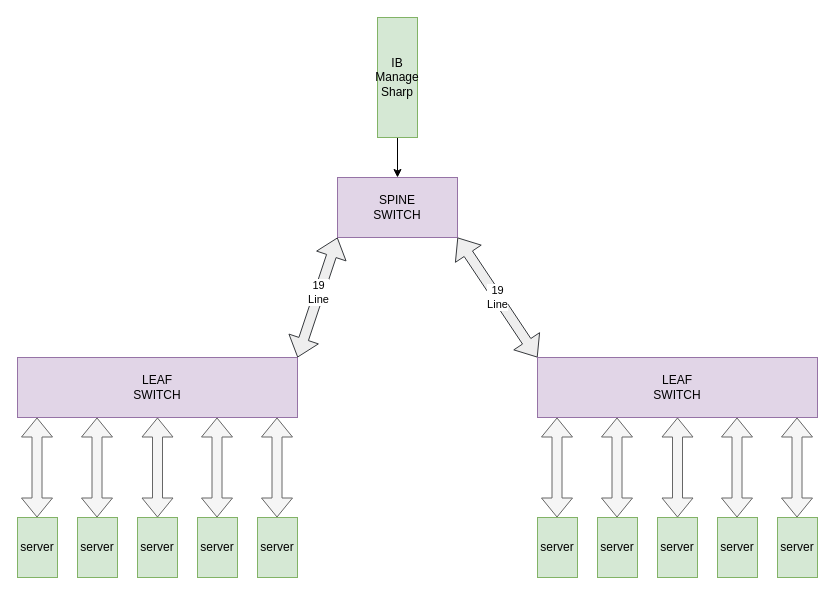
Earlier version of the draw.io diagram Yanchen80CardNetTopo.drawio (BEYHHH/SBLP). Source tidied: cells renumbered, new cells numbered last; positions are measured from the earlier drawing's top-left corner, leaving out a move shared by most shapes. Both pictures are drawn from the tidied source at 100%, with x=0, y=0 at pixel (17, 17).
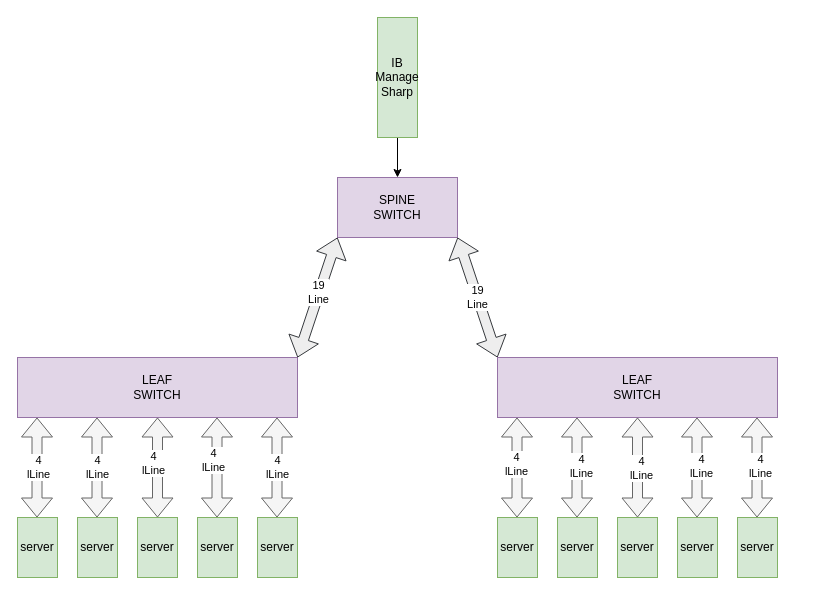
The same diagram, later.

The change refers to these unchanged cells:
```xml
<mxCell id="2" value="SPINE&lt;br&gt;SWITCH" style="rounded=0;whiteSpace=wrap;html=1;fillColor=#e1d5e7;strokeColor=#9673a6;" parent="1" vertex="1">
  <mxGeometry x="320" y="160" width="120" height="60" as="geometry" />
</mxCell>
<mxCell id="18" style="shape=flexArrow;endArrow=classic;startArrow=classic;html=1;rounded=0;exitX=0.5;exitY=0;exitDx=0;exitDy=0;entryX=0.5;entryY=1;entryDx=0;entryDy=0;fillColor=#f5f5f5;strokeColor=#666666;" parent="1" edge="1" source="9" target="3">
  <mxGeometry relative="1" as="geometry" />
</mxCell>
<mxCell id="19" style="shape=flexArrow;endArrow=classic;startArrow=classic;html=1;rounded=0;exitX=0.5;exitY=0;exitDx=0;exitDy=0;entryX=0.5;entryY=1;entryDx=0;entryDy=0;fillColor=#f5f5f5;strokeColor=#666666;" parent="1" edge="1">
  <mxGeometry relative="1" as="geometry">
    <mxPoint x="199.5" y="500" as="sourcePoint" />
    <mxPoint x="199.5" y="400" as="targetPoint" />
  </mxGeometry>
</mxCell>
<mxCell id="22" style="shape=flexArrow;endArrow=classic;startArrow=classic;html=1;rounded=0;exitX=0.5;exitY=0;exitDx=0;exitDy=0;entryX=0.5;entryY=1;entryDx=0;entryDy=0;fillColor=#f5f5f5;strokeColor=#666666;" parent="1" edge="1">
  <mxGeometry relative="1" as="geometry">
    <mxPoint x="19.5" y="500" as="sourcePoint" />
    <mxPoint x="19.5" y="400" as="targetPoint" />
  </mxGeometry>
</mxCell>
```

Change to the diagram source:
```diff
@@
-    <mxCell id="6" value="19&lt;br&gt;Line" style="shape=flexArrow;endArrow=classic;startArrow=classic;html=1;rounded=0;entryX=1;entryY=1;entryDx=0;entryDy=0;exitX=0;exitY=0;exitDx=0;exitDy=0;fillColor=#eeeeee;strokeColor=#36393d;" parent="1" edge="1" target="2">
-      <mxGeometry relative="1" as="geometry">
-        <mxPoint x="520" y="340" as="sourcePoint" />
-      </mxGeometry>
+    <mxCell id="6" value="19&lt;br&gt;Line" style="shape=flexArrow;endArrow=classic;startArrow=classic;html=1;rounded=0;entryX=1;entryY=1;entryDx=0;entryDy=0;exitX=0;exitY=0;exitDx=0;exitDy=0;fillColor=#eeeeee;strokeColor=#36393d;" parent="1" edge="1" source="12" target="2">
+      <mxGeometry relative="1" as="geometry" />
     </mxCell>
@@
     <mxCell id="12" value="LEAF&lt;br&gt;SWITCH" style="rounded=0;whiteSpace=wrap;html=1;fillColor=#e1d5e7;strokeColor=#9673a6;" parent="1" vertex="1">
-      <mxGeometry x="520" y="340" width="280" height="60" as="geometry" />
+      <mxGeometry x="480" y="340" width="280" height="60" as="geometry" />
     </mxCell>
     <mxCell id="13" value="server" style="rounded=0;whiteSpace=wrap;html=1;fillColor=#d5e8d4;strokeColor=#82b366;" parent="1" vertex="1">
-      <mxGeometry x="520" y="500" width="40" height="60" as="geometry" />
+      <mxGeometry x="480" y="500" width="40" height="60" as="geometry" />
     </mxCell>
     <mxCell id="14" value="server" style="rounded=0;whiteSpace=wrap;html=1;fillColor=#d5e8d4;strokeColor=#82b366;" parent="1" vertex="1">
-      <mxGeometry x="580" y="500" width="40" height="60" as="geometry" />
+      <mxGeometry x="540" y="500" width="40" height="60" as="geometry" />
     </mxCell>
     <mxCell id="15" value="server" style="rounded=0;whiteSpace=wrap;html=1;fillColor=#d5e8d4;strokeColor=#82b366;" parent="1" vertex="1">
-      <mxGeometry x="640" y="500" width="40" height="60" as="geometry" />
+      <mxGeometry x="600" y="500" width="40" height="60" as="geometry" />
     </mxCell>
     <mxCell id="16" value="server" style="rounded=0;whiteSpace=wrap;html=1;fillColor=#d5e8d4;strokeColor=#82b366;" parent="1" vertex="1">
-      <mxGeometry x="700" y="500" width="40" height="60" as="geometry" />
+      <mxGeometry x="660" y="500" width="40" height="60" as="geometry" />
     </mxCell>
     <mxCell id="17" value="server" style="rounded=0;whiteSpace=wrap;html=1;fillColor=#d5e8d4;strokeColor=#82b366;" parent="1" vertex="1">
-      <mxGeometry x="760" y="500" width="40" height="60" as="geometry" />
+      <mxGeometry x="720" y="500" width="40" height="60" as="geometry" />
     </mxCell>
@@
+    <mxCell id="30" value="4&lt;br&gt;lLine" style="edgeLabel;html=1;align=center;verticalAlign=middle;" parent="18" vertex="1">
+      <mxGeometry x="0.1" y="5" relative="1" as="geometry" />
+    </mxCell>
@@
+    <mxCell id="31" value="4&lt;br style=&quot;border-color: var(--border-color);&quot;&gt;lLine" style="edgeLabel;html=1;align=center;verticalAlign=middle;" parent="19" vertex="1">
+      <mxGeometry x="0.16" y="5" relative="1" as="geometry">
+        <mxPoint x="1" as="offset" />
+      </mxGeometry>
+    </mxCell>
-    <mxCell id="20" style="shape=flexArrow;endArrow=classic;startArrow=classic;html=1;rounded=0;exitX=0.5;exitY=0;exitDx=0;exitDy=0;entryX=0.5;entryY=1;entryDx=0;entryDy=0;fillColor=#f5f5f5;strokeColor=#666666;" parent="1" edge="1">
+    <mxCell id="20" value="4&lt;br style=&quot;border-color: var(--border-color);&quot;&gt;lLine" style="shape=flexArrow;endArrow=classic;startArrow=classic;html=1;rounded=0;exitX=0.5;exitY=0;exitDx=0;exitDy=0;entryX=0.5;entryY=1;entryDx=0;entryDy=0;fillColor=#f5f5f5;strokeColor=#666666;" parent="1" edge="1">
       <mxGeometry relative="1" as="geometry">
         <mxPoint x="259.5" y="500" as="sourcePoint" />
         <mxPoint x="259.5" y="400" as="targetPoint" />
       </mxGeometry>
     </mxCell>
-    <mxCell id="21" style="shape=flexArrow;endArrow=classic;startArrow=classic;html=1;rounded=0;exitX=0.5;exitY=0;exitDx=0;exitDy=0;entryX=0.5;entryY=1;entryDx=0;entryDy=0;fillColor=#f5f5f5;strokeColor=#666666;" parent="1" edge="1">
+    <mxCell id="21" value="4&lt;br style=&quot;border-color: var(--border-color);&quot;&gt;lLine" style="shape=flexArrow;endArrow=classic;startArrow=classic;html=1;rounded=0;exitX=0.5;exitY=0;exitDx=0;exitDy=0;entryX=0.5;entryY=1;entryDx=0;entryDy=0;fillColor=#f5f5f5;strokeColor=#666666;" parent="1" edge="1">
       <mxGeometry relative="1" as="geometry">
         <mxPoint x="79.5" y="500" as="sourcePoint" />
         <mxPoint x="79.5" y="400" as="targetPoint" />
       </mxGeometry>
     </mxCell>
@@
+    <mxCell id="32" value="4&lt;br style=&quot;border-color: var(--border-color);&quot;&gt;lLine" style="edgeLabel;html=1;align=center;verticalAlign=middle;" parent="22" vertex="1">
+      <mxGeometry x="0.02" relative="1" as="geometry">
+        <mxPoint x="1" as="offset" />
+      </mxGeometry>
+    </mxCell>
     <mxCell id="23" style="shape=flexArrow;endArrow=classic;startArrow=classic;html=1;rounded=0;exitX=0.5;exitY=0;exitDx=0;exitDy=0;entryX=0.5;entryY=1;entryDx=0;entryDy=0;fillColor=#f5f5f5;strokeColor=#666666;" parent="1" edge="1">
       <mxGeometry relative="1" as="geometry">
-        <mxPoint x="660" y="500" as="sourcePoint" />
-        <mxPoint x="660" y="400" as="targetPoint" />
+        <mxPoint x="620" y="500" as="sourcePoint" />
+        <mxPoint x="620" y="400" as="targetPoint" />
       </mxGeometry>
     </mxCell>
+    <mxCell id="33" value="4&lt;br style=&quot;border-color: var(--border-color);&quot;&gt;lLine" style="edgeLabel;html=1;align=center;verticalAlign=middle;" parent="23" vertex="1">
+      <mxGeometry y="-3" relative="1" as="geometry" />
+    </mxCell>
     <mxCell id="24" style="shape=flexArrow;endArrow=classic;startArrow=classic;html=1;rounded=0;exitX=0.5;exitY=0;exitDx=0;exitDy=0;entryX=0.5;entryY=1;entryDx=0;entryDy=0;fillColor=#f5f5f5;strokeColor=#666666;" parent="1" edge="1">
       <mxGeometry relative="1" as="geometry">
-        <mxPoint x="719.5" y="500" as="sourcePoint" />
-        <mxPoint x="719.5" y="400" as="targetPoint" />
+        <mxPoint x="679.5" y="500" as="sourcePoint" />
+        <mxPoint x="679.5" y="400" as="targetPoint" />
       </mxGeometry>
     </mxCell>
+    <mxCell id="34" value="4&lt;br style=&quot;border-color: var(--border-color);&quot;&gt;lLine" style="edgeLabel;html=1;align=center;verticalAlign=middle;" parent="24" vertex="1">
+      <mxGeometry x="0.04" y="-3" relative="1" as="geometry">
+        <mxPoint x="1" as="offset" />
+      </mxGeometry>
+    </mxCell>
     <mxCell id="25" style="shape=flexArrow;endArrow=classic;startArrow=classic;html=1;rounded=0;exitX=0.5;exitY=0;exitDx=0;exitDy=0;entryX=0.5;entryY=1;entryDx=0;entryDy=0;fillColor=#f5f5f5;strokeColor=#666666;" parent="1" edge="1">
       <mxGeometry relative="1" as="geometry">
-        <mxPoint x="779.5" y="500" as="sourcePoint" />
-        <mxPoint x="779.5" y="400" as="targetPoint" />
+        <mxPoint x="739.5" y="500" as="sourcePoint" />
+        <mxPoint x="739.5" y="400" as="targetPoint" />
       </mxGeometry>
     </mxCell>
+    <mxCell id="35" value="4&lt;br style=&quot;border-color: var(--border-color);&quot;&gt;lLine" style="edgeLabel;html=1;align=center;verticalAlign=middle;" parent="25" vertex="1">
+      <mxGeometry x="0.04" y="-2" relative="1" as="geometry">
+        <mxPoint x="1" as="offset" />
+      </mxGeometry>
+    </mxCell>
     <mxCell id="26" style="shape=flexArrow;endArrow=classic;startArrow=classic;html=1;rounded=0;exitX=0.5;exitY=0;exitDx=0;exitDy=0;entryX=0.5;entryY=1;entryDx=0;entryDy=0;fillColor=#f5f5f5;strokeColor=#666666;" parent="1" edge="1">
       <mxGeometry relative="1" as="geometry">
-        <mxPoint x="599.5" y="500" as="sourcePoint" />
-        <mxPoint x="599.5" y="400" as="targetPoint" />
+        <mxPoint x="559.5" y="500" as="sourcePoint" />
+        <mxPoint x="559.5" y="400" as="targetPoint" />
       </mxGeometry>
     </mxCell>
+    <mxCell id="36" value="4&lt;br style=&quot;border-color: var(--border-color);&quot;&gt;lLine" style="edgeLabel;html=1;align=center;verticalAlign=middle;" parent="26" vertex="1">
+      <mxGeometry x="0.04" y="-3" relative="1" as="geometry">
+        <mxPoint x="1" as="offset" />
+      </mxGeometry>
+    </mxCell>
     <mxCell id="27" style="shape=flexArrow;endArrow=classic;startArrow=classic;html=1;rounded=0;exitX=0.5;exitY=0;exitDx=0;exitDy=0;entryX=0.5;entryY=1;entryDx=0;entryDy=0;fillColor=#f5f5f5;strokeColor=#666666;" parent="1" edge="1">
       <mxGeometry relative="1" as="geometry">
-        <mxPoint x="539.5" y="500" as="sourcePoint" />
-        <mxPoint x="539.5" y="400" as="targetPoint" />
+        <mxPoint x="499.5" y="500" as="sourcePoint" />
+        <mxPoint x="499.5" y="400" as="targetPoint" />
       </mxGeometry>
     </mxCell>
+    <mxCell id="37" value="4&lt;br style=&quot;border-color: var(--border-color);&quot;&gt;lLine" style="edgeLabel;html=1;align=center;verticalAlign=middle;" parent="27" vertex="1">
+      <mxGeometry x="0.08" y="2" relative="1" as="geometry">
+        <mxPoint x="1" as="offset" />
+      </mxGeometry>
+    </mxCell>
```
